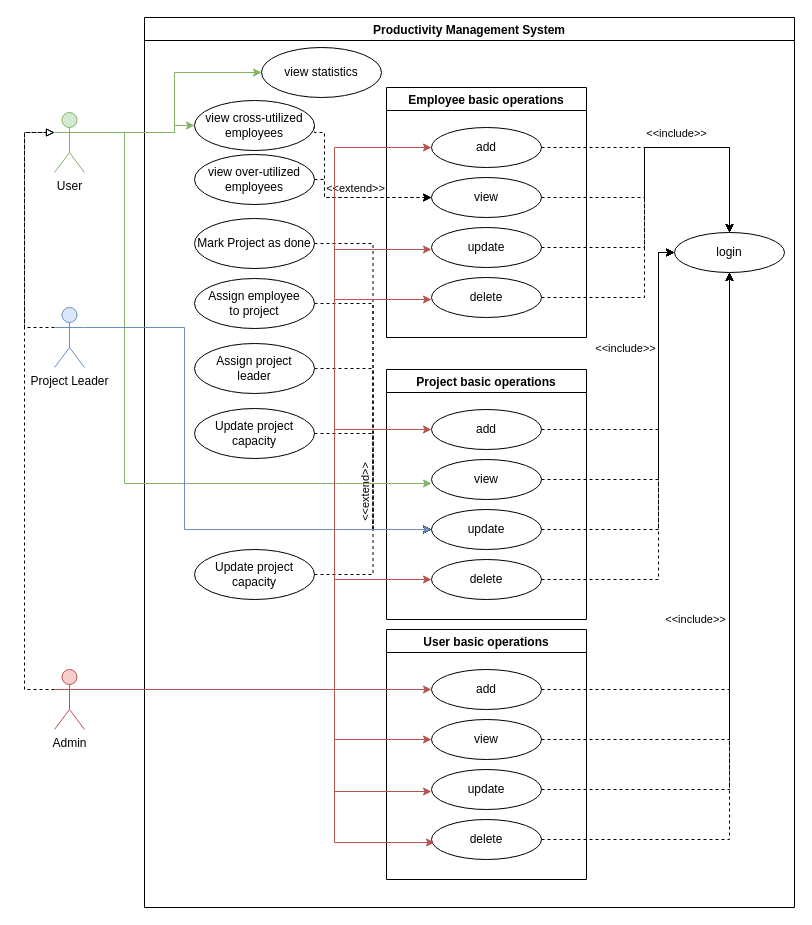
Earlier version of the draw.io diagram page "Page-5" (5 of 8) of docs/assign task to employee activity diagram.drawio (belsabbagh/productivity-manager-web-app). Source tidied: cells renumbered, new cells numbered last; positions are measured from the earlier drawing's top-left corner, leaving out a move shared by most shapes. Both pictures are drawn from the tidied source at 100%, with x=0, y=0 at pixel (24, 17).
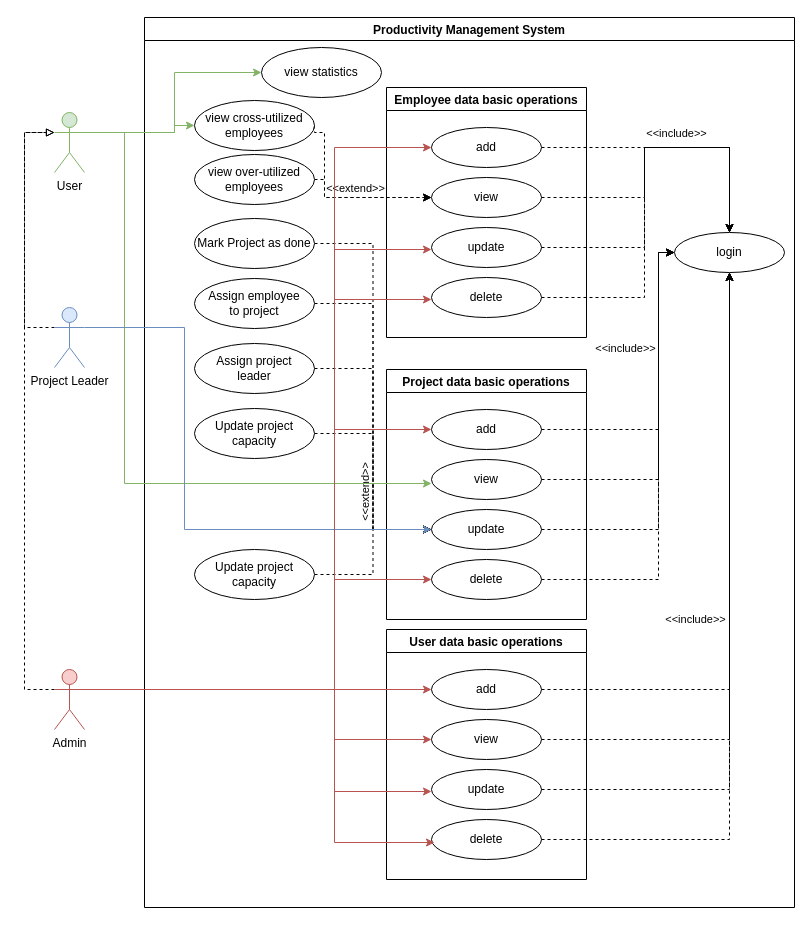
The same diagram, later.

Unchanged cells that the change refers to:
```xml
<mxCell id="2" value="Productivity Management System" style="swimlane;" parent="1" vertex="1">
  <mxGeometry x="120" width="650" height="890" as="geometry" />
</mxCell>
```

The edit, as a diff of the source:
```diff
@@
-    <mxCell id="4" value="User basic operations" style="swimlane;" parent="2" vertex="1">
+    <mxCell id="4" value="User data basic operations" style="swimlane;" parent="2" vertex="1">
       <mxGeometry x="242" y="612" width="200" height="250" as="geometry" />
     </mxCell>
@@
-    <mxCell id="11" value="Project basic operations" style="swimlane;" parent="2" vertex="1">
+    <mxCell id="11" value="Project data basic operations" style="swimlane;" parent="2" vertex="1">
       <mxGeometry x="242" y="352" width="200" height="250" as="geometry" />
     </mxCell>
@@
-    <mxCell id="24" value="Employee basic operations" style="swimlane;startSize=23;" parent="2" vertex="1">
+    <mxCell id="24" value="Employee data basic operations" style="swimlane;startSize=23;" parent="2" vertex="1">
       <mxGeometry x="242" y="70" width="200" height="250" as="geometry" />
     </mxCell>
```
